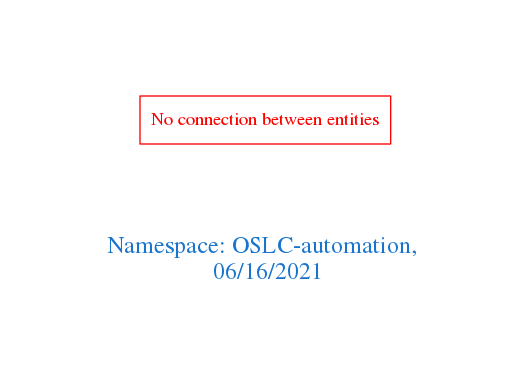
The Graphviz diagram downloads/OSLC-automation.png in arago/OGIT, before a commit. Its source is kept beside it as downloads/OSLC-automation.dot.
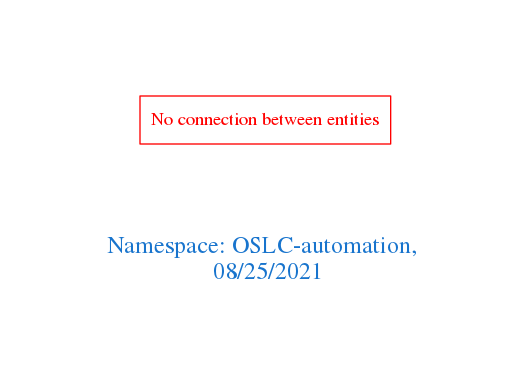
Above is the later version.

Change to the diagram source:
```diff
@@ -1,7 +1,7 @@
 digraph OGIT_ontology {
  graph [ rankdir= LR,pad=1
 fontsize = 18,
-fontcolor= dodgerblue3,label = "\n\n\nNamespace: OSLC-automation, \n 06/16/2021"];
+fontcolor= dodgerblue3,label = "\n\n\nNamespace: OSLC-automation, \n 08/25/2021"];
 node[shape=polygon];
 edge [  color="gray81"];
 
```
